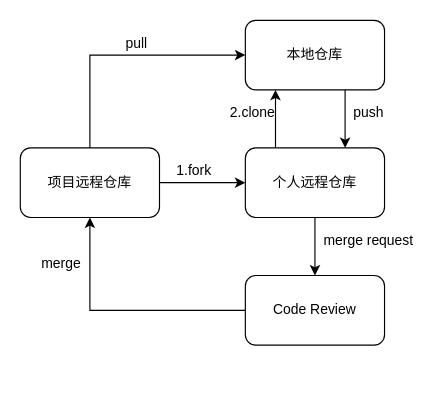
Before: Untitled Diagram.drawio in hgchong/learngit, a draw.io diagram. Source tidied: cells renumbered, new cells numbered last; positions are measured from the earlier drawing's top-left corner, leaving out a move shared by most shapes. Both pictures are drawn from the tidied source at 116%, with x=0, y=0 at pixel (20, 20).
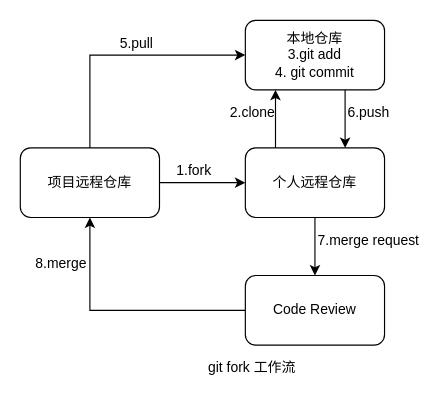
After the change.

Diff of the diagram source:
```diff
@@
-    <mxCell id="9" value="本地仓库" style="rounded=1;whiteSpace=wrap;html=1;" parent="1" vertex="1">
+    <mxCell id="9" value="本地仓库&lt;br&gt;3.git add&lt;br&gt;4. git commit" style="rounded=1;whiteSpace=wrap;html=1;" parent="1" vertex="1">
       <mxGeometry x="194" width="120" height="60" as="geometry" />
     </mxCell>
@@
-    <mxCell id="12" value="push" style="text;html=1;align=center;verticalAlign=middle;" parent="1" vertex="1">
-      <mxGeometry x="280" y="70" width="40" height="20" as="geometry" />
+    <mxCell id="12" value="6.push" style="text;html=1;align=center;verticalAlign=middle;" parent="1" vertex="1">
+      <mxGeometry x="275" y="70" width="50" height="20" as="geometry" />
     </mxCell>
-    <mxCell id="13" value="pull" style="text;html=1;align=center;verticalAlign=middle;" parent="1" vertex="1">
-      <mxGeometry x="85" y="10" width="30" height="20" as="geometry" />
+    <mxCell id="13" value="5.pull" style="text;html=1;align=center;verticalAlign=middle;" parent="1" vertex="1">
+      <mxGeometry x="80" y="10" width="40" height="20" as="geometry" />
     </mxCell>
@@
-    <mxCell id="16" value="merge request" style="text;html=1;align=center;verticalAlign=middle;" parent="1" vertex="1">
-      <mxGeometry x="255" y="180" width="90" height="20" as="geometry" />
+    <mxCell id="16" value="7.merge request" style="text;html=1;align=center;verticalAlign=middle;" parent="1" vertex="1">
+      <mxGeometry x="250" y="180" width="100" height="20" as="geometry" />
     </mxCell>
-    <mxCell id="17" value="merge" style="text;html=1;align=center;verticalAlign=middle;" parent="1" vertex="1">
-      <mxGeometry x="10" y="200" width="50" height="20" as="geometry" />
+    <mxCell id="17" value="8.merge" style="text;html=1;align=center;verticalAlign=middle;" parent="1" vertex="1">
+      <mxGeometry x="5" y="200" width="60" height="20" as="geometry" />
     </mxCell>
+    <mxCell id="18" value="git fork 工作流" style="text;html=1;strokeColor=none;fillColor=none;align=center;verticalAlign=middle;whiteSpace=wrap;rounded=0;" parent="1" vertex="1">
+      <mxGeometry x="147" y="290" width="106" height="20" as="geometry" />
+    </mxCell>
```
